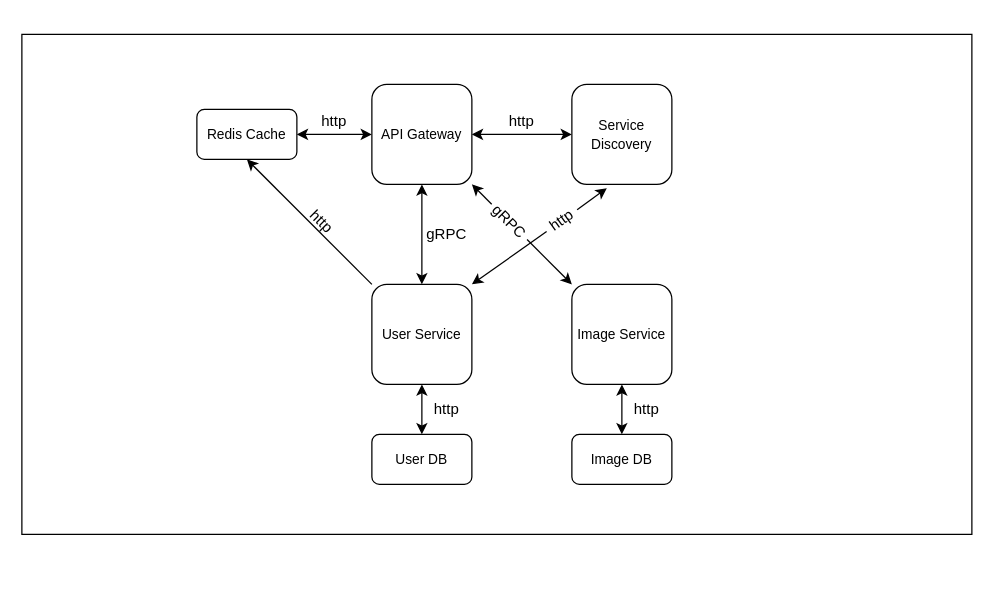
This is local/diagrams/PAD_LAB_1.drawio from StefanB0/PAD, a draw.io file, before an edit. Source tidied: cells renumbered, new cells numbered last; positions are measured from the earlier drawing's top-left corner, leaving out a move shared by most shapes. Both pictures are drawn from the tidied source at 125%, with x=0, y=0 at pixel (21, 34).
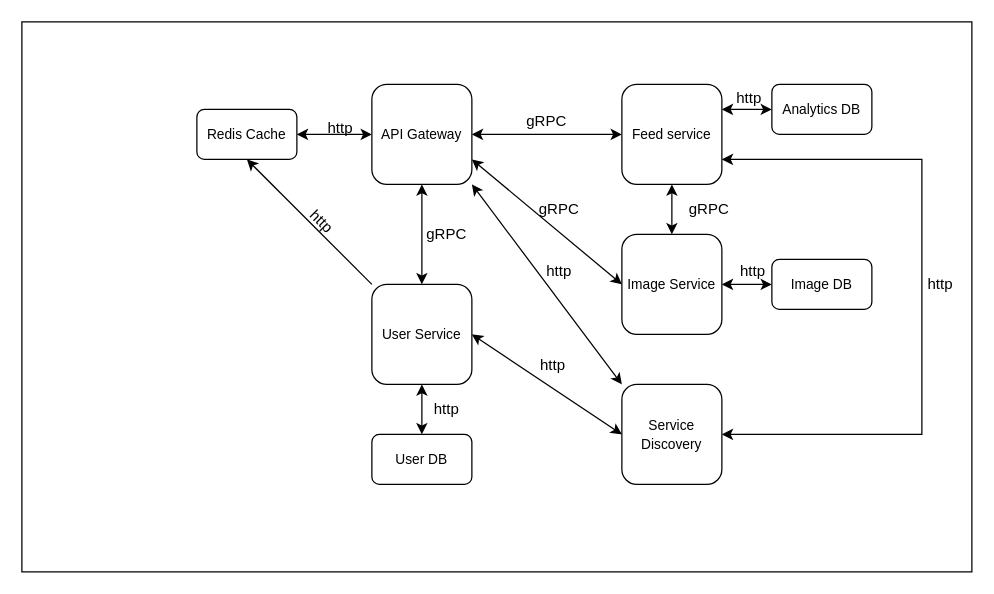
Above is the later version.

Commit message (it also covers changes not shown here):
added feed service

The change refers to these unchanged cells:
```xml
<mxCell id="5" value="&lt;font style=&quot;font-size: 11px;&quot;&gt;User Service&lt;/font&gt;" style="rounded=1;whiteSpace=wrap;html=1;" parent="1" vertex="1">
  <mxGeometry x="280" y="200" width="80" height="80" as="geometry" />
</mxCell>
<mxCell id="10" value="&lt;font style=&quot;font-size: 11px;&quot;&gt;API Gateway&lt;/font&gt;" style="rounded=1;whiteSpace=wrap;html=1;" parent="1" vertex="1">
  <mxGeometry x="280" y="40" width="80" height="80" as="geometry" />
</mxCell>
```

Change to the diagram source:
```diff
@@
     <mxCell id="2" style="rounded=0;whiteSpace=wrap;html=1;fillColor=none;strokeColor=default;" parent="1" vertex="1">
-      <mxGeometry width="760" height="400" as="geometry" />
+      <mxGeometry y="-10" width="760" height="440" as="geometry" />
     </mxCell>
@@
-    <mxCell id="4" style="edgeStyle=none;rounded=0;jettySize=auto;html=1;exitX=1;exitY=0.5;exitDx=0;exitDy=0;entryX=0.35;entryY=1.038;entryDx=0;entryDy=0;entryPerimeter=0;" parent="1" edge="1" source="25" target="12">
-      <mxGeometry relative="1" as="geometry" />
-    </mxCell>
+    <mxCell id="28" style="edgeStyle=none;rounded=0;jettySize=auto;html=1;exitX=1;exitY=0.5;exitDx=0;exitDy=0;entryX=0;entryY=0.5;entryDx=0;entryDy=0;startArrow=classic;startFill=1;" parent="1" edge="1" source="5" target="12">
+      <mxGeometry relative="1" as="geometry" />
+    </mxCell>
@@
-    <mxCell id="6" style="edgeStyle=none;rounded=0;jettySize=auto;html=1;exitX=0;exitY=0.5;exitDx=0;exitDy=0;entryX=1;entryY=1;entryDx=0;entryDy=0;startArrow=none;startFill=0;" parent="1" edge="1" source="27" target="10">
-      <mxGeometry relative="1" as="geometry" />
-    </mxCell>
+    <mxCell id="29" style="edgeStyle=none;rounded=0;jettySize=auto;html=1;exitX=1;exitY=0.5;exitDx=0;exitDy=0;entryX=0;entryY=0.5;entryDx=0;entryDy=0;startArrow=classic;startFill=1;" parent="1" edge="1" source="7" target="17">
+      <mxGeometry relative="1" as="geometry" />
+    </mxCell>
     <mxCell id="7" value="&lt;font style=&quot;font-size: 11px;&quot;&gt;Image&amp;nbsp;Service&lt;/font&gt;" style="rounded=1;whiteSpace=wrap;html=1;" parent="1" vertex="1">
-      <mxGeometry x="440" y="200" width="80" height="80" as="geometry" />
+      <mxGeometry x="480" y="160" width="80" height="80" as="geometry" />
     </mxCell>
@@
+    <mxCell id="30" style="edgeStyle=none;rounded=0;jettySize=auto;html=1;exitX=1;exitY=0.5;exitDx=0;exitDy=0;entryX=0;entryY=0.5;entryDx=0;entryDy=0;startArrow=classic;startFill=1;" parent="1" edge="1" source="10" target="36">
+      <mxGeometry relative="1" as="geometry" />
+    </mxCell>
+    <mxCell id="31" style="edgeStyle=none;rounded=0;jettySize=auto;html=1;exitX=1;exitY=0.75;exitDx=0;exitDy=0;entryX=0;entryY=0.5;entryDx=0;entryDy=0;startArrow=classic;startFill=1;" parent="1" edge="1" source="10" target="7">
+      <mxGeometry relative="1" as="geometry" />
+    </mxCell>
+    <mxCell id="32" style="edgeStyle=none;rounded=0;jettySize=auto;html=1;exitX=1;exitY=1;exitDx=0;exitDy=0;entryX=0;entryY=0;entryDx=0;entryDy=0;startArrow=classic;startFill=1;" parent="1" edge="1" source="10" target="12">
+      <mxGeometry relative="1" as="geometry" />
+    </mxCell>
@@
-    <mxCell id="11" style="edgeStyle=orthogonalEdgeStyle;rounded=0;jettySize=auto;html=1;exitX=0;exitY=0.5;exitDx=0;exitDy=0;entryX=1;entryY=0.5;entryDx=0;entryDy=0;startArrow=classic;startFill=1;" parent="1" edge="1" source="12" target="10">
-      <mxGeometry relative="1" as="geometry" />
-    </mxCell>
     <mxCell id="12" value="&lt;font style=&quot;font-size: 11px;&quot;&gt;Service Discovery&lt;/font&gt;" style="rounded=1;whiteSpace=wrap;html=1;" parent="1" vertex="1">
-      <mxGeometry x="440" y="40" width="80" height="80" as="geometry" />
+      <mxGeometry x="480" y="280" width="80" height="80" as="geometry" />
     </mxCell>
@@
-    <mxCell id="16" style="edgeStyle=none;rounded=0;jettySize=auto;html=1;exitX=0.5;exitY=0;exitDx=0;exitDy=0;entryX=0.5;entryY=1;entryDx=0;entryDy=0;startArrow=classic;startFill=1;" parent="1" edge="1" source="17" target="7">
-      <mxGeometry relative="1" as="geometry" />
-    </mxCell>
     <mxCell id="17" value="&lt;font style=&quot;font-size: 11px;&quot;&gt;Image DB&lt;/font&gt;" style="rounded=1;whiteSpace=wrap;html=1;" parent="1" vertex="1">
-      <mxGeometry x="440" y="320" width="80" height="40" as="geometry" />
+      <mxGeometry x="600" y="180" width="80" height="40" as="geometry" />
     </mxCell>
     <mxCell id="18" value="http" style="text;html=1;strokeColor=none;fillColor=none;align=center;verticalAlign=middle;whiteSpace=wrap;rounded=0;" parent="1" vertex="1">
-      <mxGeometry x="230" y="60" width="40" height="20" as="geometry" />
+      <mxGeometry x="240" y="70" width="30" height="10" as="geometry" />
     </mxCell>
-    <mxCell id="19" value="http" style="text;html=1;strokeColor=none;fillColor=none;align=center;verticalAlign=middle;whiteSpace=wrap;rounded=0;" parent="1" vertex="1">
-      <mxGeometry x="380" y="60" width="40" height="20" as="geometry" />
-    </mxCell>
@@
-    <mxCell id="22" value="http" style="text;html=1;strokeColor=none;fillColor=none;align=center;verticalAlign=middle;whiteSpace=wrap;rounded=0;" parent="1" vertex="1">
-      <mxGeometry x="480" y="290" width="40" height="20" as="geometry" />
-    </mxCell>
@@
-    <mxCell id="24" style="edgeStyle=none;rounded=0;jettySize=auto;html=1;exitX=1;exitY=0;exitDx=0;exitDy=0;entryX=0;entryY=0.5;entryDx=0;entryDy=0;endArrow=none;endFill=0;startArrow=classic;startFill=1;" parent="1" edge="1" source="5" target="25">
-      <mxGeometry relative="1" as="geometry" />
-    </mxCell>
-    <mxCell id="25" value="http" style="text;html=1;strokeColor=none;fillColor=none;align=center;verticalAlign=middle;whiteSpace=wrap;rounded=0;rotation=-35.5;" parent="1" vertex="1">
-      <mxGeometry x="417" y="139" width="30" height="20" as="geometry" />
-    </mxCell>
-    <mxCell id="26" style="edgeStyle=none;rounded=0;jettySize=auto;html=1;exitX=0;exitY=0;exitDx=0;exitDy=0;entryX=1;entryY=0.5;entryDx=0;entryDy=0;startArrow=classic;startFill=1;endArrow=none;endFill=0;" parent="1" edge="1" source="7" target="27">
-      <mxGeometry relative="1" as="geometry" />
-    </mxCell>
-    <mxCell id="27" value="gRPC" style="text;html=1;strokeColor=none;fillColor=none;align=center;verticalAlign=middle;whiteSpace=wrap;rounded=0;rotation=45;" parent="1" vertex="1">
-      <mxGeometry x="370" y="140" width="40" height="20" as="geometry" />
-    </mxCell>
+    <mxCell id="33" style="edgeStyle=none;rounded=0;jettySize=auto;html=1;exitX=0.5;exitY=1;exitDx=0;exitDy=0;entryX=0.5;entryY=0;entryDx=0;entryDy=0;startArrow=classic;startFill=1;" parent="1" edge="1" source="36" target="7">
+      <mxGeometry relative="1" as="geometry" />
+    </mxCell>
+    <mxCell id="34" style="edgeStyle=orthogonalEdgeStyle;rounded=0;jettySize=auto;html=1;exitX=1;exitY=0.75;exitDx=0;exitDy=0;entryX=1;entryY=0.5;entryDx=0;entryDy=0;startArrow=classic;startFill=1;" parent="1" edge="1" source="36" target="12">
+      <mxGeometry relative="1" as="geometry">
+        <Array as="points">
+          <mxPoint x="720" y="100" />
+          <mxPoint x="720" y="320" />
+        </Array>
+      </mxGeometry>
+    </mxCell>
+    <mxCell id="35" style="edgeStyle=orthogonalEdgeStyle;rounded=0;jettySize=auto;html=1;exitX=1;exitY=0.25;exitDx=0;exitDy=0;entryX=0;entryY=0.5;entryDx=0;entryDy=0;startArrow=classic;startFill=1;" parent="1" edge="1" source="36" target="44">
+      <mxGeometry relative="1" as="geometry" />
+    </mxCell>
+    <mxCell id="36" value="&lt;font style=&quot;font-size: 11px;&quot;&gt;Feed service&lt;/font&gt;" style="rounded=1;whiteSpace=wrap;html=1;" parent="1" vertex="1">
+      <mxGeometry x="480" y="40" width="80" height="80" as="geometry" />
+    </mxCell>
+    <mxCell id="37" value="http" style="text;html=1;strokeColor=none;fillColor=none;align=center;verticalAlign=middle;whiteSpace=wrap;rounded=0;" parent="1" vertex="1">
+      <mxGeometry x="720" y="195" width="30" height="10" as="geometry" />
+    </mxCell>
+    <mxCell id="38" value="http" style="text;html=1;strokeColor=none;fillColor=none;align=center;verticalAlign=middle;whiteSpace=wrap;rounded=0;" parent="1" vertex="1">
+      <mxGeometry x="415" y="185" width="30" height="10" as="geometry" />
+    </mxCell>
+    <mxCell id="39" value="http" style="text;html=1;strokeColor=none;fillColor=none;align=center;verticalAlign=middle;whiteSpace=wrap;rounded=0;" parent="1" vertex="1">
+      <mxGeometry x="410" y="260" width="30" height="10" as="geometry" />
+    </mxCell>
+    <mxCell id="40" value="gRPC" style="text;html=1;strokeColor=none;fillColor=none;align=center;verticalAlign=middle;whiteSpace=wrap;rounded=0;" parent="1" vertex="1">
+      <mxGeometry x="530" y="130" width="40" height="20" as="geometry" />
+    </mxCell>
+    <mxCell id="41" value="gRPC" style="text;html=1;strokeColor=none;fillColor=none;align=center;verticalAlign=middle;whiteSpace=wrap;rounded=0;" parent="1" vertex="1">
+      <mxGeometry x="400" y="60" width="40" height="20" as="geometry" />
+    </mxCell>
+    <mxCell id="42" value="gRPC" style="text;html=1;strokeColor=none;fillColor=none;align=center;verticalAlign=middle;whiteSpace=wrap;rounded=0;" parent="1" vertex="1">
+      <mxGeometry x="410" y="130" width="40" height="20" as="geometry" />
+    </mxCell>
+    <mxCell id="43" value="http" style="text;html=1;strokeColor=none;fillColor=none;align=center;verticalAlign=middle;whiteSpace=wrap;rounded=0;" parent="1" vertex="1">
+      <mxGeometry x="570" y="185" width="30" height="10" as="geometry" />
+    </mxCell>
+    <mxCell id="44" value="&lt;font style=&quot;font-size: 11px;&quot;&gt;Analytics DB&lt;br&gt;&lt;/font&gt;" style="rounded=1;whiteSpace=wrap;html=1;" parent="1" vertex="1">
+      <mxGeometry x="600" y="40" width="80" height="40" as="geometry" />
+    </mxCell>
+    <mxCell id="45" value="http" style="text;html=1;strokeColor=none;fillColor=none;align=center;verticalAlign=middle;whiteSpace=wrap;rounded=0;" parent="1" vertex="1">
+      <mxGeometry x="567" y="46" width="30" height="10" as="geometry" />
+    </mxCell>
```
